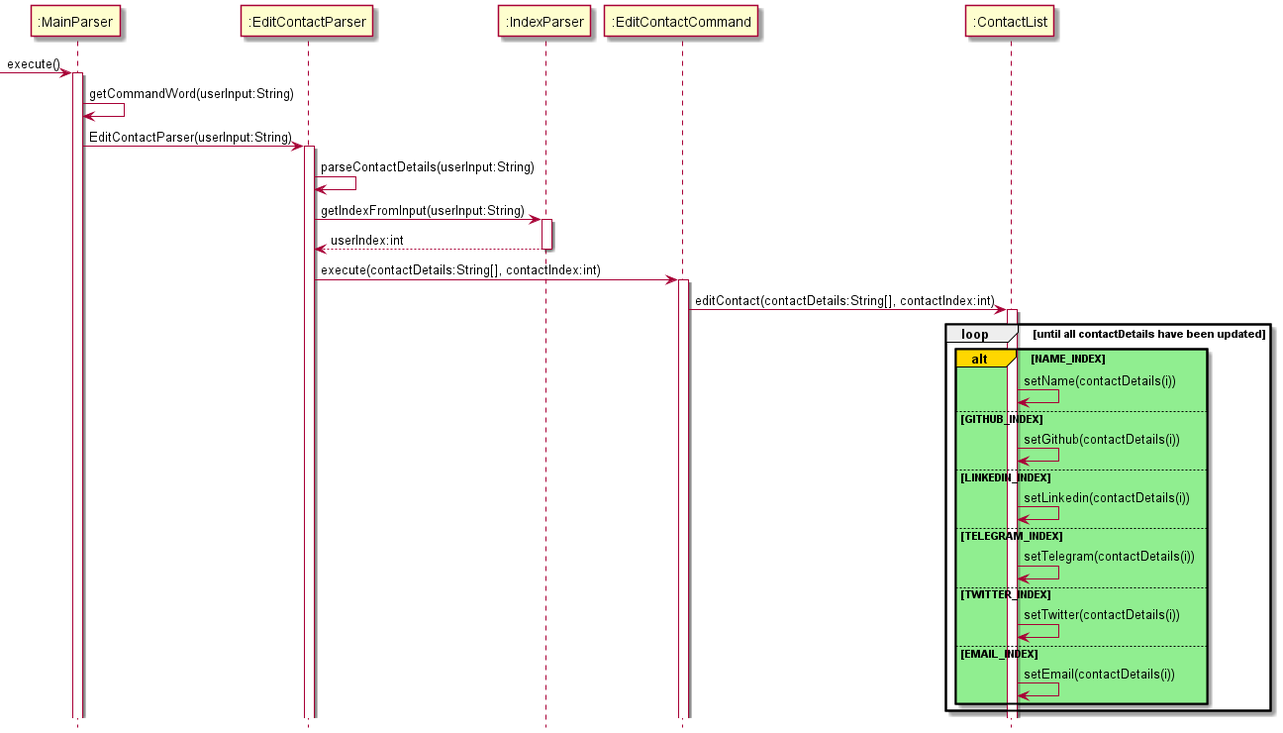
Earlier version of the PlantUML export docs/images/EditContactCommandSequenceDiagram.png (nus-cs2113-AY2122S1/tp). The source it was exported from:
```plantuml
@startuml
hide footbox

-> ":MainParser": execute()
activate ":MainParser"

":MainParser" -> ":MainParser" :getCommandWord(userInput:String)
":MainParser" -> ":EditContactParser" :EditContactParser(userInput:String)
activate ":EditContactParser"

":EditContactParser" -> ":EditContactParser" :parseContactDetails(userInput:String)

":EditContactParser" -> ":IndexParser" :getIndexFromInput(userInput:String)
activate ":IndexParser"
":IndexParser" --> ":EditContactParser" :userIndex:int
deactivate ":IndexParser"

":EditContactParser" -> ":EditContactCommand" : execute(contactDetails:String[], contactIndex:int)
activate ":EditContactCommand"

":EditContactCommand" -> ":ContactList" : editContact(contactDetails:String[], contactIndex:int)
activate ":ContactList"

loop until all contactDetails have been updated
alt#gold #lightgreen NAME_INDEX
    ":ContactList" -> ":ContactList" : setName(contactDetails(i))
    else GITHUB_INDEX
    ":ContactList" -> ":ContactList" : setGithub(contactDetails(i))
    else LINKEDIN_INDEX
    ":ContactList" -> ":ContactList" : setLinkedin(contactDetails(i))
    else TELEGRAM_INDEX
    ":ContactList" -> ":ContactList" : setTelegram(contactDetails(i))
    else TWITTER_INDEX
    ":ContactList" -> ":ContactList" : setTwitter(contactDetails(i))
    else EMAIL_INDEX
    ":ContactList" -> ":ContactList" : setEmail(contactDetails(i))
end
end
@enduml
```
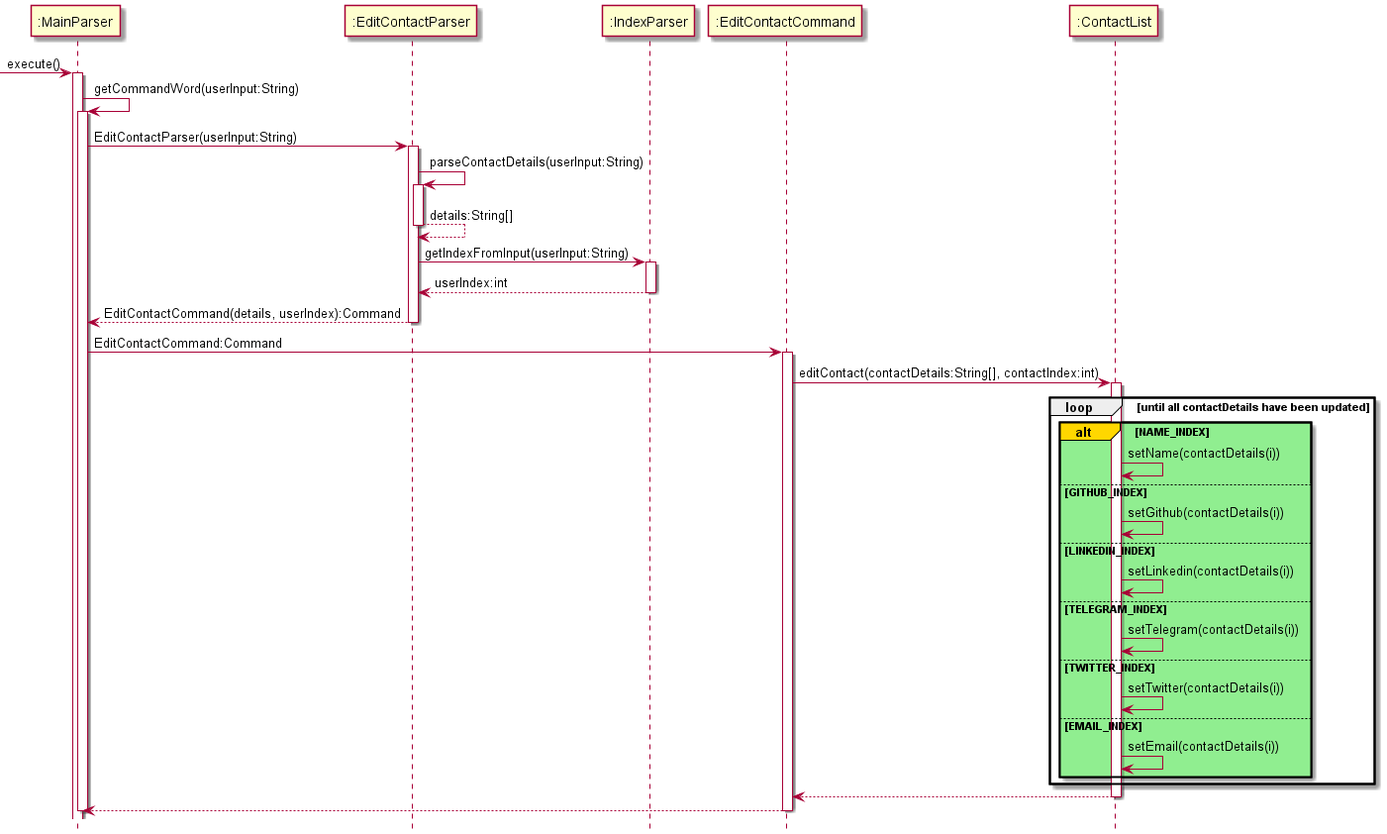
Later version of the same file.

Commit message:
Export new sequence diagrams

Diff of the diagram source:
```diff
@@ -4,18 +4,29 @@
 -> ":MainParser": execute()
 activate ":MainParser"
 
-":MainParser" -> ":MainParser" :getCommandWord(userInput:String)
+
+":MainParser" -> ":MainParser":getCommandWord(userInput:String)
+activate ":MainParser"
 ":MainParser" -> ":EditContactParser" :EditContactParser(userInput:String)
 activate ":EditContactParser"
 
+
 ":EditContactParser" -> ":EditContactParser" :parseContactDetails(userInput:String)
+activate ":EditContactParser"
+":EditContactParser" --> ":EditContactParser" :details:String[]
+deactivate ":EditContactParser"
+
 
 ":EditContactParser" -> ":IndexParser" :getIndexFromInput(userInput:String)
 activate ":IndexParser"
 ":IndexParser" --> ":EditContactParser" :userIndex:int
 deactivate ":IndexParser"
 
-":EditContactParser" -> ":EditContactCommand" : execute(contactDetails:String[], contactIndex:int)
+":EditContactParser" --> ":MainParser" : EditContactCommand(details, userIndex):Command
+deactivate ":EditContactParser"
+
+":MainParser" -> ":EditContactCommand" : EditContactCommand:Command
+
 activate ":EditContactCommand"
 
 ":EditContactCommand" -> ":ContactList" : editContact(contactDetails:String[], contactIndex:int)
@@ -36,4 +47,12 @@
     ":ContactList" -> ":ContactList" : setEmail(contactDetails(i))
 end
 end
+
+":ContactList"-->":EditContactCommand"
+deactivate ":ContactList"
+
+":EditContactCommand"-->":MainParser"
+deactivate ":EditContactCommand"
+deactivate ":MainParser"
+
 @enduml
```
